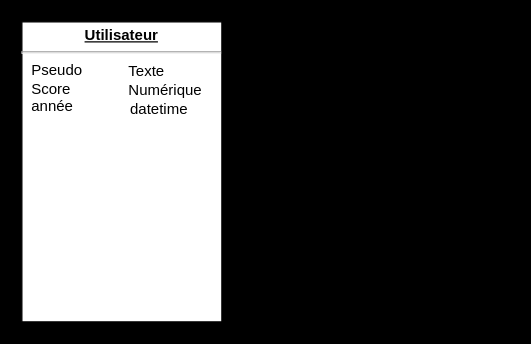
This is Documentation/MCD.drawio from EthannSchneider/BatailleNaval_ICT431_MA20, a draw.io file, before an edit. Source tidied: cells renumbered, new cells numbered last; positions are measured from the earlier drawing's top-left corner, leaving out a move shared by most shapes. Both pictures are drawn from the tidied source at 125%, with x=0, y=0 at pixel (21, 21).
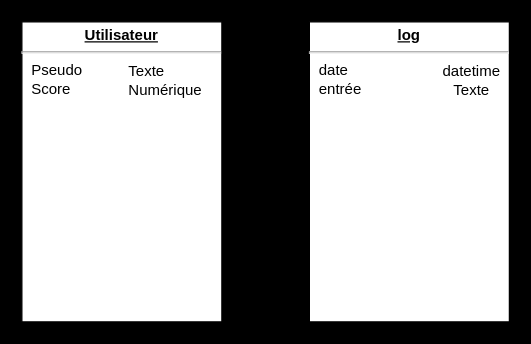
After the change.

Diff of the diagram source:
```diff
@@
 <mxGraphModel background="#000000">
   <root>
     <mxCell id="0" />
     <mxCell id="1" parent="0" />
-    <mxCell id="2" value="&lt;p style=&quot;margin: 4px 0px 0px ; text-align: center&quot;&gt;&lt;b&gt;&lt;u&gt;Utilisateur&lt;/u&gt;&lt;/b&gt;&lt;/p&gt;&lt;hr&gt;&lt;p style=&quot;margin: 0px ; margin-left: 8px&quot;&gt;Pseudo&lt;/p&gt;&lt;p style=&quot;margin: 0px ; margin-left: 8px&quot;&gt;Score&lt;/p&gt;&lt;p style=&quot;margin: 0px ; margin-left: 8px&quot;&gt;année&lt;/p&gt;" style="verticalAlign=top;align=left;overflow=fill;fontSize=12;fontFamily=Helvetica;html=1;rounded=0;shadow=0;comic=0;labelBackgroundColor=none;strokeWidth=1;" parent="1" vertex="1">
+    <mxCell id="2" value="&lt;p style=&quot;margin: 4px 0px 0px ; text-align: center&quot;&gt;&lt;b&gt;&lt;u&gt;Utilisateur&lt;/u&gt;&lt;/b&gt;&lt;/p&gt;&lt;hr&gt;&lt;p style=&quot;margin: 0px ; margin-left: 8px&quot;&gt;Pseudo&lt;/p&gt;&lt;p style=&quot;margin: 0px ; margin-left: 8px&quot;&gt;Score&lt;/p&gt;" style="verticalAlign=top;align=left;overflow=fill;fontSize=12;fontFamily=Helvetica;html=1;rounded=0;shadow=0;comic=0;labelBackgroundColor=none;strokeWidth=1;" parent="1" vertex="1">
       <mxGeometry width="160" height="240" as="geometry" />
     </mxCell>
     <mxCell id="3" value="Texte" style="text;html=1;strokeColor=none;fillColor=none;align=center;verticalAlign=middle;whiteSpace=wrap;rounded=0;" parent="1" vertex="1">
       <mxGeometry x="70" y="30" width="60" height="20" as="geometry" />
     </mxCell>
     <mxCell id="4" value="Numérique" style="text;html=1;strokeColor=none;fillColor=none;align=center;verticalAlign=middle;whiteSpace=wrap;rounded=0;" parent="1" vertex="1">
       <mxGeometry x="60" y="40" width="110" height="30" as="geometry" />
     </mxCell>
+    <mxCell id="6" value="&lt;p style=&quot;margin: 4px 0px 0px ; text-align: center&quot;&gt;&lt;b&gt;&lt;u&gt;log&lt;/u&gt;&lt;/b&gt;&lt;/p&gt;&lt;hr&gt;&lt;p style=&quot;margin: 0px ; margin-left: 8px&quot;&gt;date&lt;/p&gt;&lt;p style=&quot;margin: 0px ; margin-left: 8px&quot;&gt;entrée&lt;/p&gt;" style="verticalAlign=top;align=left;overflow=fill;fontSize=12;fontFamily=Helvetica;html=1;rounded=0;shadow=0;comic=0;labelBackgroundColor=none;strokeWidth=1;" parent="1" vertex="1">
+      <mxGeometry x="230" width="160" height="240" as="geometry" />
+    </mxCell>
     <mxCell id="5" value="datetime" style="text;html=1;strokeColor=none;fillColor=none;align=center;verticalAlign=middle;whiteSpace=wrap;rounded=0;" parent="1" vertex="1">
-      <mxGeometry x="90" y="60" width="40" height="20" as="geometry" />
+      <mxGeometry x="340" y="30" width="40" height="20" as="geometry" />
     </mxCell>
+    <mxCell id="7" value="Texte" style="text;html=1;strokeColor=none;fillColor=none;align=center;verticalAlign=middle;whiteSpace=wrap;rounded=0;" parent="1" vertex="1">
+      <mxGeometry x="340" y="45" width="40" height="20" as="geometry" />
+    </mxCell>
   </root>
 </mxGraphModel>
```
